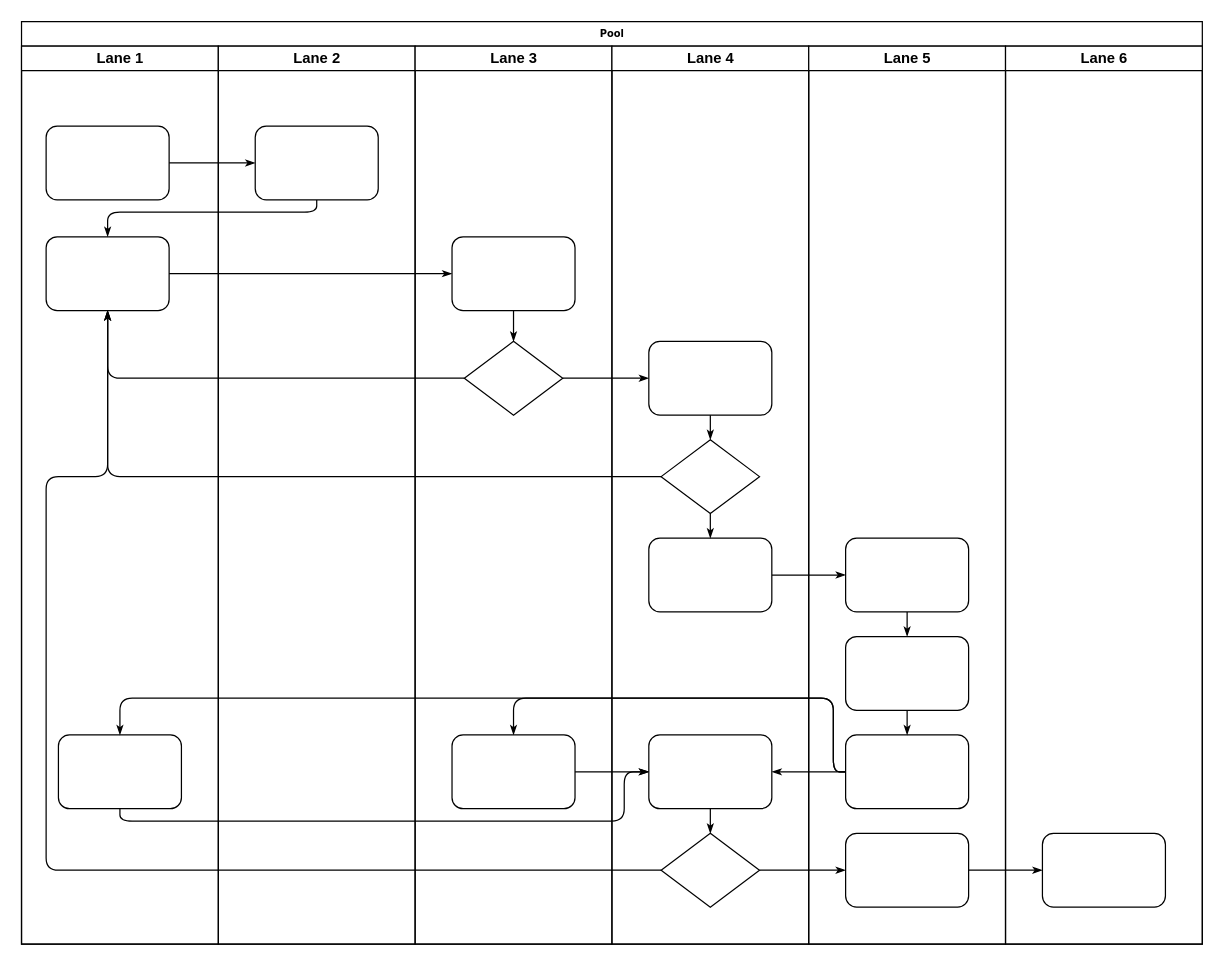
Before: Untitled Diagram.drawio in ikondrat/content, a draw.io diagram. Source tidied: cells renumbered, new cells numbered last; positions are measured from the earlier drawing's top-left corner, leaving out a move shared by most shapes. Both pictures are drawn from the tidied source at 123%, with x=0, y=0 at pixel (21, 21).
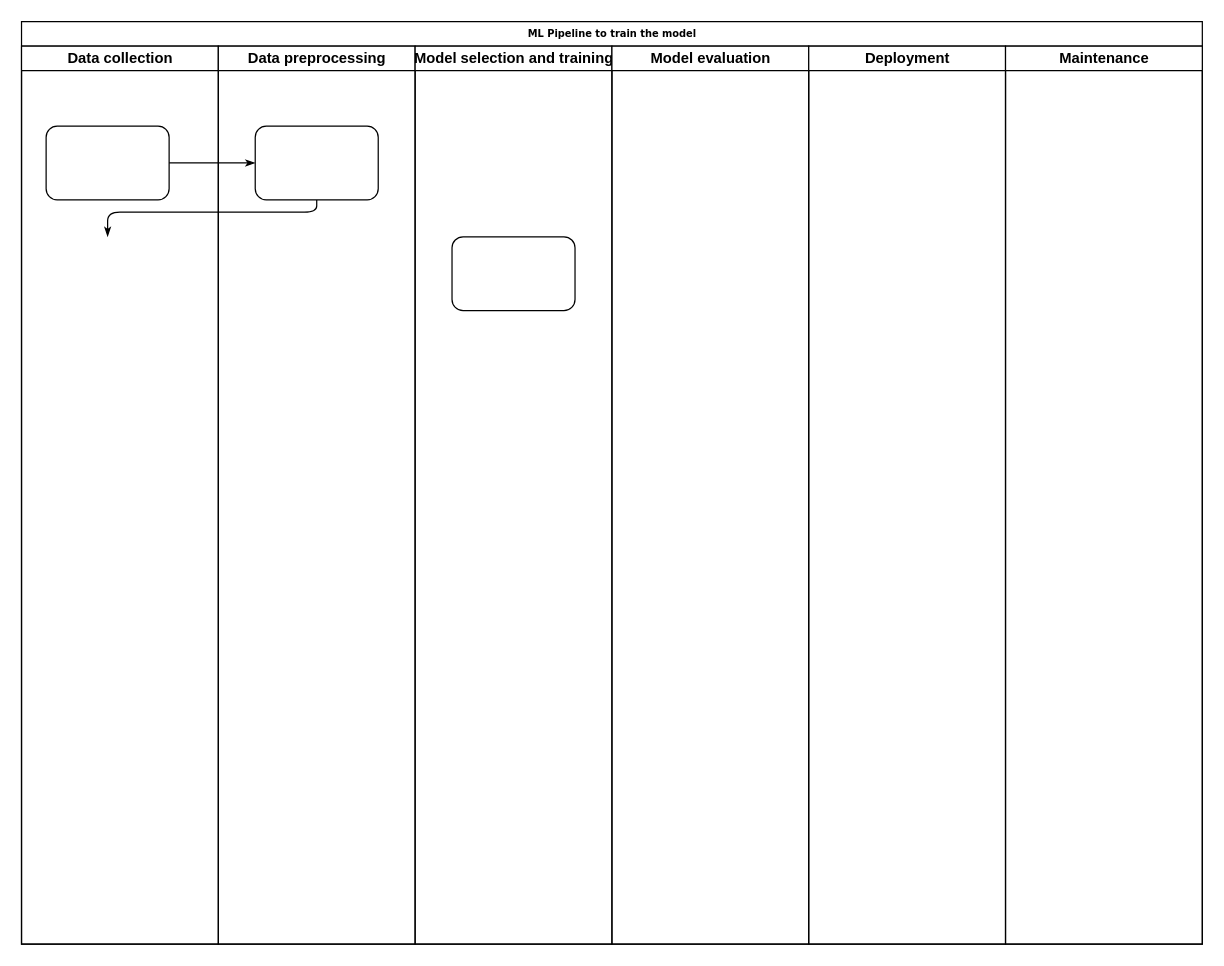
The same page after the edit.

The change refers to these unchanged cells:
```xml
<mxCell id="23" style="rounded=1;whiteSpace=wrap;html=1;shadow=0;labelBackgroundColor=none;strokeWidth=1;fontFamily=Verdana;fontSize=8;align=center;" parent="22" vertex="1">
  <mxGeometry x="30" y="65" width="100" height="60" as="geometry" />
</mxCell>
<mxCell id="25" style="rounded=1;whiteSpace=wrap;html=1;shadow=0;labelBackgroundColor=none;strokeWidth=1;fontFamily=Verdana;fontSize=8;align=center;" parent="24" vertex="1">
  <mxGeometry x="30" y="155" width="100" height="60" as="geometry" />
</mxCell>
```

What changed in the source:
```diff
@@
-    <mxCell id="2" value="Pool" style="swimlane;html=1;startSize=20;rounded=0;shadow=0;labelBackgroundColor=none;strokeWidth=1;fontFamily=Verdana;fontSize=8;align=center;" parent="1" vertex="1">
+    <mxCell id="2" value="ML Pipeline to train the model" style="swimlane;html=1;startSize=20;rounded=0;shadow=0;labelBackgroundColor=none;strokeWidth=1;fontFamily=Verdana;fontSize=8;align=center;" parent="1" vertex="1">
       <mxGeometry width="960" height="750" as="geometry" />
     </mxCell>
-    <mxCell id="3" value="Lane 1" style="swimlane;html=1;startSize=20;" parent="2" vertex="1">
+    <mxCell id="3" value="Data collection" style="swimlane;html=1;startSize=20;" parent="2" vertex="1">
       <mxGeometry y="20" width="160" height="730" as="geometry" />
     </mxCell>
@@
-    <mxCell id="5" style="rounded=1;whiteSpace=wrap;html=1;shadow=0;labelBackgroundColor=none;strokeWidth=1;fontFamily=Verdana;fontSize=8;align=center;" parent="3" vertex="1">
-      <mxGeometry x="20" y="155" width="100" height="60" as="geometry" />
-    </mxCell>
-    <mxCell id="6" style="rounded=1;whiteSpace=wrap;html=1;shadow=0;labelBackgroundColor=none;strokeWidth=1;fontFamily=Verdana;fontSize=8;align=center;" parent="3" vertex="1">
-      <mxGeometry x="30" y="560" width="100" height="60" as="geometry" />
-    </mxCell>
@@
-    <mxCell id="8" style="edgeStyle=orthogonalEdgeStyle;rounded=1;html=1;labelBackgroundColor=none;startArrow=none;startFill=0;startSize=5;endArrow=classicThin;endFill=1;endSize=5;jettySize=auto;strokeWidth=1;fontFamily=Verdana;fontSize=8;" parent="2" edge="1" source="23" target="5">
+    <mxCell id="8" style="edgeStyle=orthogonalEdgeStyle;rounded=1;html=1;labelBackgroundColor=none;startArrow=none;startFill=0;startSize=5;endArrow=classicThin;endFill=1;endSize=5;jettySize=auto;strokeWidth=1;fontFamily=Verdana;fontSize=8;" parent="2" edge="1" source="23">
       <mxGeometry relative="1" as="geometry">
+        <mxPoint x="70" y="175" as="targetPoint" />
         <Array as="points">
           <mxPoint x="240" y="155" />
           <mxPoint x="70" y="155" />
         </Array>
       </mxGeometry>
     </mxCell>
-    <mxCell id="9" style="edgeStyle=orthogonalEdgeStyle;rounded=1;html=1;labelBackgroundColor=none;startArrow=none;startFill=0;startSize=5;endArrow=classicThin;endFill=1;endSize=5;jettySize=auto;strokeWidth=1;fontFamily=Verdana;fontSize=8;" parent="2" edge="1" source="5" target="25">
-      <mxGeometry relative="1" as="geometry" />
-    </mxCell>
-    <mxCell id="10" style="edgeStyle=orthogonalEdgeStyle;rounded=1;html=1;labelBackgroundColor=none;startArrow=none;startFill=0;startSize=5;endArrow=classicThin;endFill=1;endSize=5;jettySize=auto;strokeWidth=1;fontFamily=Verdana;fontSize=8;" parent="2" edge="1" source="26" target="5">
-      <mxGeometry relative="1" as="geometry" />
-    </mxCell>
-    <mxCell id="11" style="edgeStyle=orthogonalEdgeStyle;rounded=1;html=1;labelBackgroundColor=none;startArrow=none;startFill=0;startSize=5;endArrow=classicThin;endFill=1;endSize=5;jettySize=auto;strokeWidth=1;fontFamily=Verdana;fontSize=8;" parent="2" edge="1" source="31" target="5">
-      <mxGeometry relative="1" as="geometry" />
-    </mxCell>
-    <mxCell id="12" style="edgeStyle=orthogonalEdgeStyle;rounded=1;html=1;labelBackgroundColor=none;startArrow=none;startFill=0;startSize=5;endArrow=classicThin;endFill=1;endSize=5;jettySize=auto;strokeWidth=1;fontFamily=Verdana;fontSize=8;" parent="2" edge="1" source="34" target="5">
-      <mxGeometry relative="1" as="geometry">
-        <Array as="points">
-          <mxPoint x="20" y="690" />
-          <mxPoint x="20" y="370" />
-          <mxPoint x="70" y="370" />
-        </Array>
-      </mxGeometry>
-    </mxCell>
-    <mxCell id="13" style="edgeStyle=orthogonalEdgeStyle;rounded=1;html=1;labelBackgroundColor=none;startArrow=none;startFill=0;startSize=5;endArrow=classicThin;endFill=1;endSize=5;jettySize=auto;strokeWidth=1;fontFamily=Verdana;fontSize=8;" parent="2" edge="1" source="26" target="30">
-      <mxGeometry relative="1" as="geometry" />
-    </mxCell>
-    <mxCell id="14" style="edgeStyle=orthogonalEdgeStyle;rounded=1;html=1;labelBackgroundColor=none;startArrow=none;startFill=0;startSize=5;endArrow=classicThin;endFill=1;endSize=5;jettySize=auto;strokeWidth=1;fontFamily=Verdana;fontSize=8;" parent="2" edge="1" source="34" target="42">
-      <mxGeometry relative="1" as="geometry" />
-    </mxCell>
-    <mxCell id="15" style="edgeStyle=orthogonalEdgeStyle;rounded=1;html=1;labelBackgroundColor=none;startArrow=none;startFill=0;startSize=5;endArrow=classicThin;endFill=1;endSize=5;jettySize=auto;strokeWidth=1;fontFamily=Verdana;fontSize=8;" parent="2" edge="1" source="42" target="46">
-      <mxGeometry relative="1" as="geometry" />
-    </mxCell>
-    <mxCell id="16" style="edgeStyle=orthogonalEdgeStyle;rounded=1;html=1;labelBackgroundColor=none;startArrow=none;startFill=0;startSize=5;endArrow=classicThin;endFill=1;endSize=5;jettySize=auto;strokeWidth=1;fontFamily=Verdana;fontSize=8;" parent="2" edge="1" source="32" target="39">
-      <mxGeometry relative="1" as="geometry" />
-    </mxCell>
-    <mxCell id="17" style="edgeStyle=orthogonalEdgeStyle;rounded=1;html=1;labelBackgroundColor=none;startArrow=none;startFill=0;startSize=5;endArrow=classicThin;endFill=1;endSize=5;jettySize=auto;strokeWidth=1;fontFamily=Verdana;fontSize=8;" parent="2" edge="1" source="41" target="27">
-      <mxGeometry relative="1" as="geometry">
-        <Array as="points">
-          <mxPoint x="660" y="610" />
-          <mxPoint x="660" y="550" />
-          <mxPoint x="400" y="550" />
-        </Array>
-      </mxGeometry>
-    </mxCell>
-    <mxCell id="18" style="edgeStyle=orthogonalEdgeStyle;rounded=1;html=1;labelBackgroundColor=none;startArrow=none;startFill=0;startSize=5;endArrow=classicThin;endFill=1;endSize=5;jettySize=auto;strokeColor=#000000;strokeWidth=1;fontFamily=Verdana;fontSize=8;fontColor=#000000;" parent="2" edge="1" source="41" target="33">
-      <mxGeometry relative="1" as="geometry" />
-    </mxCell>
-    <mxCell id="19" style="edgeStyle=orthogonalEdgeStyle;rounded=1;html=1;labelBackgroundColor=none;startArrow=none;startFill=0;startSize=5;endArrow=classicThin;endFill=1;endSize=5;jettySize=auto;strokeWidth=1;fontFamily=Verdana;fontSize=8;" parent="2" edge="1" source="41" target="6">
-      <mxGeometry relative="1" as="geometry">
-        <Array as="points">
-          <mxPoint x="660" y="610" />
-          <mxPoint x="660" y="550" />
-          <mxPoint x="80" y="550" />
-        </Array>
-      </mxGeometry>
-    </mxCell>
-    <mxCell id="20" style="edgeStyle=orthogonalEdgeStyle;rounded=1;html=1;labelBackgroundColor=none;startArrow=none;startFill=0;startSize=5;endArrow=classicThin;endFill=1;endSize=5;jettySize=auto;strokeWidth=1;fontFamily=Verdana;fontSize=8;" parent="2" edge="1" source="6" target="33">
-      <mxGeometry relative="1" as="geometry">
-        <Array as="points">
-          <mxPoint x="80" y="650" />
-          <mxPoint x="490" y="650" />
-          <mxPoint x="490" y="610" />
-        </Array>
-      </mxGeometry>
-    </mxCell>
-    <mxCell id="21" style="edgeStyle=orthogonalEdgeStyle;rounded=1;html=1;labelBackgroundColor=none;startArrow=none;startFill=0;startSize=5;endArrow=classicThin;endFill=1;endSize=5;jettySize=auto;strokeWidth=1;fontFamily=Verdana;fontSize=8;" parent="2" edge="1" source="27" target="33">
-      <mxGeometry relative="1" as="geometry" />
-    </mxCell>
-    <mxCell id="22" value="Lane 2" style="swimlane;html=1;startSize=20;" parent="2" vertex="1">
+    <mxCell id="22" value="Data preprocessing" style="swimlane;html=1;startSize=20;" parent="2" vertex="1">
       <mxGeometry x="160" y="20" width="160" height="730" as="geometry" />
     </mxCell>
@@
-    <mxCell id="24" value="Lane 3" style="swimlane;html=1;startSize=20;" parent="2" vertex="1">
+    <mxCell id="24" value="Model selection and training" style="swimlane;html=1;startSize=20;" parent="2" vertex="1">
       <mxGeometry x="320" y="20" width="160" height="730" as="geometry" />
     </mxCell>
@@
-    <mxCell id="26" style="rhombus;whiteSpace=wrap;html=1;rounded=0;shadow=0;labelBackgroundColor=none;strokeWidth=1;fontFamily=Verdana;fontSize=8;align=center;" parent="24" vertex="1">
-      <mxGeometry x="40" y="240" width="80" height="60" as="geometry" />
-    </mxCell>
-    <mxCell id="27" style="rounded=1;whiteSpace=wrap;html=1;shadow=0;labelBackgroundColor=none;strokeWidth=1;fontFamily=Verdana;fontSize=8;align=center;" parent="24" vertex="1">
-      <mxGeometry x="30" y="560" width="100" height="60" as="geometry" />
-    </mxCell>
-    <mxCell id="28" style="edgeStyle=orthogonalEdgeStyle;rounded=1;html=1;labelBackgroundColor=none;startArrow=none;startFill=0;startSize=5;endArrow=classicThin;endFill=1;endSize=5;jettySize=auto;strokeWidth=1;fontFamily=Verdana;fontSize=8;" parent="24" edge="1" source="25" target="26">
-      <mxGeometry relative="1" as="geometry" />
-    </mxCell>
-    <mxCell id="29" value="Lane 4" style="swimlane;html=1;startSize=20;" parent="2" vertex="1">
+    <mxCell id="29" value="Model evaluation" style="swimlane;html=1;startSize=20;" parent="2" vertex="1">
       <mxGeometry x="480" y="20" width="160" height="730" as="geometry" />
     </mxCell>
-    <mxCell id="30" style="rounded=1;whiteSpace=wrap;html=1;shadow=0;labelBackgroundColor=none;strokeWidth=1;fontFamily=Verdana;fontSize=8;align=center;" parent="29" vertex="1">
-      <mxGeometry x="30" y="240" width="100" height="60" as="geometry" />
-    </mxCell>
-    <mxCell id="31" style="rhombus;whiteSpace=wrap;html=1;rounded=0;shadow=0;labelBackgroundColor=none;strokeWidth=1;fontFamily=Verdana;fontSize=8;align=center;" parent="29" vertex="1">
-      <mxGeometry x="40" y="320" width="80" height="60" as="geometry" />
-    </mxCell>
-    <mxCell id="32" style="rounded=1;whiteSpace=wrap;html=1;shadow=0;labelBackgroundColor=none;strokeWidth=1;fontFamily=Verdana;fontSize=8;align=center;" parent="29" vertex="1">
-      <mxGeometry x="30" y="400" width="100" height="60" as="geometry" />
-    </mxCell>
-    <mxCell id="33" style="rounded=1;whiteSpace=wrap;html=1;shadow=0;labelBackgroundColor=none;strokeWidth=1;fontFamily=Verdana;fontSize=8;align=center;" parent="29" vertex="1">
-      <mxGeometry x="30" y="560" width="100" height="60" as="geometry" />
-    </mxCell>
-    <mxCell id="34" style="rhombus;whiteSpace=wrap;html=1;rounded=0;shadow=0;labelBackgroundColor=none;strokeWidth=1;fontFamily=Verdana;fontSize=8;align=center;" parent="29" vertex="1">
-      <mxGeometry x="40" y="640" width="80" height="60" as="geometry" />
-    </mxCell>
-    <mxCell id="35" style="edgeStyle=orthogonalEdgeStyle;rounded=1;html=1;labelBackgroundColor=none;startArrow=none;startFill=0;startSize=5;endArrow=classicThin;endFill=1;endSize=5;jettySize=auto;strokeColor=#000000;strokeWidth=1;fontFamily=Verdana;fontSize=8;fontColor=#000000;" parent="29" edge="1" source="30" target="31">
-      <mxGeometry relative="1" as="geometry" />
-    </mxCell>
-    <mxCell id="36" style="edgeStyle=orthogonalEdgeStyle;rounded=1;html=1;labelBackgroundColor=none;startArrow=none;startFill=0;startSize=5;endArrow=classicThin;endFill=1;endSize=5;jettySize=auto;strokeWidth=1;fontFamily=Verdana;fontSize=8;" parent="29" edge="1" source="31" target="32">
-      <mxGeometry relative="1" as="geometry" />
-    </mxCell>
-    <mxCell id="37" style="edgeStyle=orthogonalEdgeStyle;rounded=1;html=1;labelBackgroundColor=none;startArrow=none;startFill=0;startSize=5;endArrow=classicThin;endFill=1;endSize=5;jettySize=auto;strokeWidth=1;fontFamily=Verdana;fontSize=8;" parent="29" edge="1" source="33" target="34">
-      <mxGeometry relative="1" as="geometry" />
-    </mxCell>
-    <mxCell id="38" value="Lane 5" style="swimlane;html=1;startSize=20;" parent="2" vertex="1">
+    <mxCell id="38" value="Deployment" style="swimlane;html=1;startSize=20;" parent="2" vertex="1">
       <mxGeometry x="640" y="20" width="160" height="730" as="geometry" />
     </mxCell>
-    <mxCell id="39" style="rounded=1;whiteSpace=wrap;html=1;shadow=0;labelBackgroundColor=none;strokeWidth=1;fontFamily=Verdana;fontSize=8;align=center;" parent="38" vertex="1">
-      <mxGeometry x="30" y="400" width="100" height="60" as="geometry" />
-    </mxCell>
-    <mxCell id="40" style="rounded=1;whiteSpace=wrap;html=1;shadow=0;labelBackgroundColor=none;strokeWidth=1;fontFamily=Verdana;fontSize=8;align=center;" parent="38" vertex="1">
-      <mxGeometry x="30" y="480" width="100" height="60" as="geometry" />
-    </mxCell>
-    <mxCell id="41" style="rounded=1;whiteSpace=wrap;html=1;shadow=0;labelBackgroundColor=none;strokeWidth=1;fontFamily=Verdana;fontSize=8;align=center;" parent="38" vertex="1">
-      <mxGeometry x="30" y="560" width="100" height="60" as="geometry" />
-    </mxCell>
-    <mxCell id="42" style="rounded=1;whiteSpace=wrap;html=1;shadow=0;labelBackgroundColor=none;strokeWidth=1;fontFamily=Verdana;fontSize=8;align=center;" parent="38" vertex="1">
-      <mxGeometry x="30" y="640" width="100" height="60" as="geometry" />
-    </mxCell>
-    <mxCell id="43" style="edgeStyle=orthogonalEdgeStyle;rounded=1;html=1;labelBackgroundColor=none;startArrow=none;startFill=0;startSize=5;endArrow=classicThin;endFill=1;endSize=5;jettySize=auto;strokeWidth=1;fontFamily=Verdana;fontSize=8;" parent="38" edge="1" source="39" target="40">
-      <mxGeometry relative="1" as="geometry" />
-    </mxCell>
-    <mxCell id="44" style="edgeStyle=orthogonalEdgeStyle;rounded=1;html=1;labelBackgroundColor=none;startArrow=none;startFill=0;startSize=5;endArrow=classicThin;endFill=1;endSize=5;jettySize=auto;strokeWidth=1;fontFamily=Verdana;fontSize=8;" parent="38" edge="1" source="40" target="41">
-      <mxGeometry relative="1" as="geometry" />
-    </mxCell>
-    <mxCell id="45" value="Lane 6" style="swimlane;html=1;startSize=20;" parent="2" vertex="1">
+    <mxCell id="45" value="Maintenance" style="swimlane;html=1;startSize=20;" parent="2" vertex="1">
       <mxGeometry x="800" y="20" width="160" height="730" as="geometry" />
     </mxCell>
-    <mxCell id="46" style="rounded=1;whiteSpace=wrap;html=1;shadow=0;labelBackgroundColor=none;strokeWidth=1;fontFamily=Verdana;fontSize=8;align=center;" parent="45" vertex="1">
-      <mxGeometry x="30" y="640" width="100" height="60" as="geometry" />
-    </mxCell>
```
